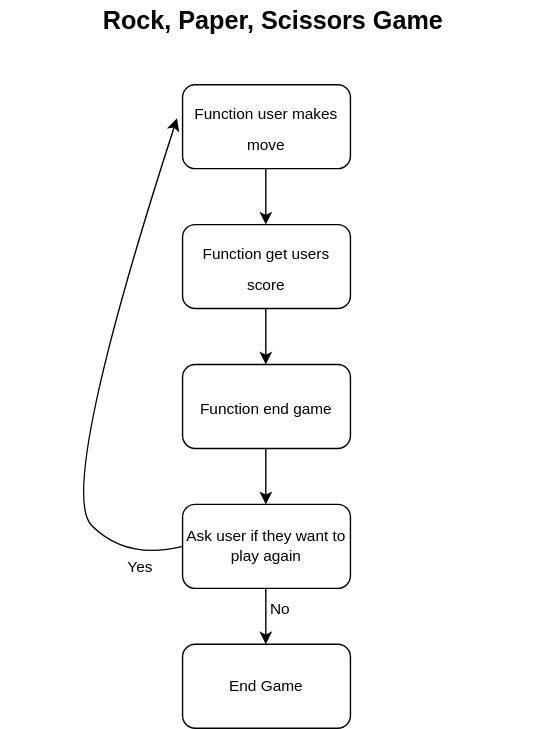
Above: Hackathon 2_Group4.drawio.svg in SchoolOfCode/bc16-w2-hackathon-rps-in-console-workshop_js-101-room4 (draw.io), before the change. Source tidied: cells renumbered, new cells last; positions are measured from the earlier drawing's top-left corner, leaving out a move shared by most shapes. Source of this version:
```xml
<mxGraphModel>
  <root>
    <mxCell id="0" />
    <mxCell id="1" parent="0" />
    <mxCell id="2" value="&lt;font style=&quot;font-size: 18px;&quot;&gt;&lt;b&gt;Rock, Paper, Scissors Game&lt;/b&gt;&lt;/font&gt;" style="text;html=1;strokeColor=none;fillColor=none;align=center;verticalAlign=middle;whiteSpace=wrap;rounded=0;" parent="1" vertex="1">
      <mxGeometry width="390" height="30" as="geometry" />
    </mxCell>
    <mxCell id="3" value="&lt;span style=&quot;font-size: 11px;&quot;&gt;Function user makes move&lt;/span&gt;" style="rounded=1;whiteSpace=wrap;html=1;fontSize=18;" parent="1" vertex="1">
      <mxGeometry x="130" y="60" width="120" height="60" as="geometry" />
    </mxCell>
    <mxCell id="4" value="&lt;span style=&quot;font-size: 11px;&quot;&gt;Function get users score&lt;/span&gt;" style="rounded=1;whiteSpace=wrap;html=1;fontSize=18;" parent="1" vertex="1">
      <mxGeometry x="130" y="160" width="120" height="60" as="geometry" />
    </mxCell>
    <mxCell id="5" value="&lt;span style=&quot;font-size: 11px;&quot;&gt;Function end game&lt;/span&gt;" style="rounded=1;whiteSpace=wrap;html=1;fontSize=18;" parent="1" vertex="1">
      <mxGeometry x="130" y="260" width="120" height="60" as="geometry" />
    </mxCell>
    <mxCell id="6" value="Ask user if they want to play again" style="rounded=1;whiteSpace=wrap;html=1;fontSize=11;" parent="1" vertex="1">
      <mxGeometry x="130" y="360" width="120" height="60" as="geometry" />
    </mxCell>
    <mxCell id="7" style="endArrow=classic;html=1;fontSize=11;" parent="1" edge="1">
      <mxGeometry relative="1" as="geometry">
        <mxPoint x="189.5" y="120" as="sourcePoint" />
        <mxPoint x="189.5" y="160" as="targetPoint" />
      </mxGeometry>
    </mxCell>
    <mxCell id="8" style="endArrow=classic;html=1;fontSize=11;" parent="1" edge="1">
      <mxGeometry relative="1" as="geometry">
        <mxPoint x="189.5" y="220" as="sourcePoint" />
        <mxPoint x="189.5" y="260" as="targetPoint" />
      </mxGeometry>
    </mxCell>
    <mxCell id="9" style="endArrow=classic;html=1;fontSize=11;" parent="1" edge="1">
      <mxGeometry relative="1" as="geometry">
        <mxPoint x="189.5" y="320" as="sourcePoint" />
        <mxPoint x="189.5" y="360" as="targetPoint" />
      </mxGeometry>
    </mxCell>
    <mxCell id="10" style="curved=1;endArrow=classic;html=1;fontSize=11;exitX=0;exitY=0.5;exitDx=0;exitDy=0;entryX=-0.033;entryY=0.4;entryDx=0;entryDy=0;entryPerimeter=0;" parent="1" edge="1" source="6" target="3">
      <mxGeometry relative="1" as="geometry">
        <Array as="points">
          <mxPoint x="90" y="400" />
          <mxPoint x="40" y="350" />
        </Array>
      </mxGeometry>
    </mxCell>
    <mxCell id="11" value="Yes" style="text;html=1;strokeColor=none;fillColor=none;align=center;verticalAlign=middle;whiteSpace=wrap;rounded=0;fontSize=11;" parent="1" vertex="1">
      <mxGeometry x="70" y="390" width="60" height="30" as="geometry" />
    </mxCell>
    <mxCell id="12" value="End Game" style="rounded=1;whiteSpace=wrap;html=1;fontSize=11;" parent="1" vertex="1">
      <mxGeometry x="130" y="460" width="120" height="60" as="geometry" />
    </mxCell>
    <mxCell id="13" style="endArrow=classic;html=1;fontSize=11;" parent="1" edge="1">
      <mxGeometry relative="1" as="geometry">
        <mxPoint x="189.5" y="420" as="sourcePoint" />
        <mxPoint x="189.5" y="460" as="targetPoint" />
      </mxGeometry>
    </mxCell>
    <mxCell id="14" value="No" style="text;html=1;strokeColor=none;fillColor=none;align=center;verticalAlign=middle;whiteSpace=wrap;rounded=0;fontSize=11;" parent="1" vertex="1">
      <mxGeometry x="170" y="420" width="60" height="30" as="geometry" />
    </mxCell>
  </root>
</mxGraphModel>
```
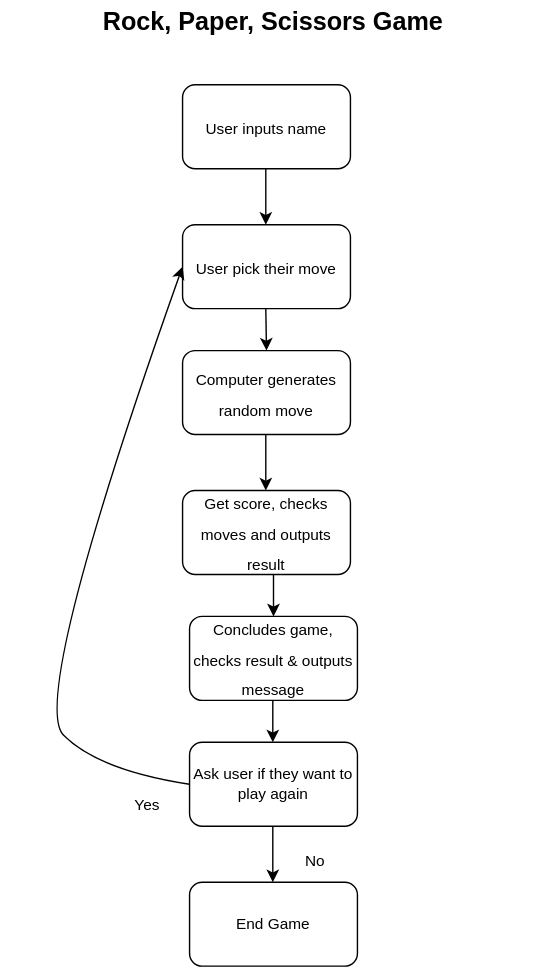
The same file after the commit.

Commit message:
Edited flow chat

Diff of the diagram source:
```diff
@@ -5,17 +5,22 @@
     <mxCell id="2" value="&lt;font style=&quot;font-size: 18px;&quot;&gt;&lt;b&gt;Rock, Paper, Scissors Game&lt;/b&gt;&lt;/font&gt;" style="text;html=1;strokeColor=none;fillColor=none;align=center;verticalAlign=middle;whiteSpace=wrap;rounded=0;" parent="1" vertex="1">
       <mxGeometry width="390" height="30" as="geometry" />
     </mxCell>
-    <mxCell id="3" value="&lt;span style=&quot;font-size: 11px;&quot;&gt;Function user makes move&lt;/span&gt;" style="rounded=1;whiteSpace=wrap;html=1;fontSize=18;" parent="1" vertex="1">
+    <mxCell id="3" value="&lt;span style=&quot;font-size: 11px;&quot;&gt;User inputs name&lt;/span&gt;" style="rounded=1;whiteSpace=wrap;html=1;fontSize=18;" parent="1" vertex="1">
       <mxGeometry x="130" y="60" width="120" height="60" as="geometry" />
     </mxCell>
-    <mxCell id="4" value="&lt;span style=&quot;font-size: 11px;&quot;&gt;Function get users score&lt;/span&gt;" style="rounded=1;whiteSpace=wrap;html=1;fontSize=18;" parent="1" vertex="1">
-      <mxGeometry x="130" y="160" width="120" height="60" as="geometry" />
+    <mxCell id="4" value="&lt;span style=&quot;font-size: 11px;&quot;&gt;Computer generates random move&lt;/span&gt;" style="rounded=1;whiteSpace=wrap;html=1;fontSize=18;" parent="1" vertex="1">
+      <mxGeometry x="130" y="250" width="120" height="60" as="geometry" />
     </mxCell>
+    <mxCell id="15" style="edgeStyle=none;html=1;" parent="1" edge="1" target="17">
+      <mxGeometry relative="1" as="geometry">
+        <mxPoint x="195" y="410" as="sourcePoint" />
+      </mxGeometry>
+    </mxCell>
-    <mxCell id="5" value="&lt;span style=&quot;font-size: 11px;&quot;&gt;Function end game&lt;/span&gt;" style="rounded=1;whiteSpace=wrap;html=1;fontSize=18;" parent="1" vertex="1">
-      <mxGeometry x="130" y="260" width="120" height="60" as="geometry" />
+    <mxCell id="5" value="&lt;span style=&quot;font-size: 11px;&quot;&gt;Get score, checks moves and outputs result&lt;/span&gt;" style="rounded=1;whiteSpace=wrap;html=1;fontSize=18;" parent="1" vertex="1">
+      <mxGeometry x="130" y="350" width="120" height="60" as="geometry" />
     </mxCell>
     <mxCell id="6" value="Ask user if they want to play again" style="rounded=1;whiteSpace=wrap;html=1;fontSize=11;" parent="1" vertex="1">
-      <mxGeometry x="130" y="360" width="120" height="60" as="geometry" />
+      <mxGeometry x="135" y="530" width="120" height="60" as="geometry" />
     </mxCell>
     <mxCell id="7" style="endArrow=classic;html=1;fontSize=11;" parent="1" edge="1">
       <mxGeometry relative="1" as="geometry">
@@ -23,40 +28,52 @@
         <mxPoint x="189.5" y="160" as="targetPoint" />
       </mxGeometry>
     </mxCell>
-    <mxCell id="8" style="endArrow=classic;html=1;fontSize=11;" parent="1" edge="1">
-      <mxGeometry relative="1" as="geometry">
-        <mxPoint x="189.5" y="220" as="sourcePoint" />
-        <mxPoint x="189.5" y="260" as="targetPoint" />
-      </mxGeometry>
-    </mxCell>
     <mxCell id="9" style="endArrow=classic;html=1;fontSize=11;" parent="1" edge="1">
       <mxGeometry relative="1" as="geometry">
-        <mxPoint x="189.5" y="320" as="sourcePoint" />
-        <mxPoint x="189.5" y="360" as="targetPoint" />
+        <mxPoint x="194.5" y="490" as="sourcePoint" />
+        <mxPoint x="194.5" y="530" as="targetPoint" />
       </mxGeometry>
     </mxCell>
-    <mxCell id="10" style="curved=1;endArrow=classic;html=1;fontSize=11;exitX=0;exitY=0.5;exitDx=0;exitDy=0;entryX=-0.033;entryY=0.4;entryDx=0;entryDy=0;entryPerimeter=0;" parent="1" edge="1" source="6" target="3">
-      <mxGeometry relative="1" as="geometry">
-        <Array as="points">
-          <mxPoint x="90" y="400" />
-          <mxPoint x="40" y="350" />
-        </Array>
-      </mxGeometry>
-    </mxCell>
     <mxCell id="11" value="Yes" style="text;html=1;strokeColor=none;fillColor=none;align=center;verticalAlign=middle;whiteSpace=wrap;rounded=0;fontSize=11;" parent="1" vertex="1">
-      <mxGeometry x="70" y="390" width="60" height="30" as="geometry" />
+      <mxGeometry x="75" y="560" width="60" height="30" as="geometry" />
     </mxCell>
     <mxCell id="12" value="End Game" style="rounded=1;whiteSpace=wrap;html=1;fontSize=11;" parent="1" vertex="1">
-      <mxGeometry x="130" y="460" width="120" height="60" as="geometry" />
+      <mxGeometry x="135" y="630" width="120" height="60" as="geometry" />
     </mxCell>
-    <mxCell id="13" style="endArrow=classic;html=1;fontSize=11;" parent="1" edge="1">
-      <mxGeometry relative="1" as="geometry">
-        <mxPoint x="189.5" y="420" as="sourcePoint" />
-        <mxPoint x="189.5" y="460" as="targetPoint" />
-      </mxGeometry>
-    </mxCell>
     <mxCell id="14" value="No" style="text;html=1;strokeColor=none;fillColor=none;align=center;verticalAlign=middle;whiteSpace=wrap;rounded=0;fontSize=11;" parent="1" vertex="1">
-      <mxGeometry x="170" y="420" width="60" height="30" as="geometry" />
+      <mxGeometry x="195" y="600" width="60" height="30" as="geometry" />
     </mxCell>
+    <mxCell id="16" value="&lt;span style=&quot;font-size: 11px;&quot;&gt;User pick their move&lt;/span&gt;" style="rounded=1;whiteSpace=wrap;html=1;fontSize=18;" parent="1" vertex="1">
+      <mxGeometry x="130" y="160" width="120" height="60" as="geometry" />
+    </mxCell>
+    <mxCell id="17" value="&lt;span style=&quot;font-size: 11px;&quot;&gt;Concludes game, checks result &amp;amp; outputs message&lt;/span&gt;" style="rounded=1;whiteSpace=wrap;html=1;fontSize=18;" parent="1" vertex="1">
+      <mxGeometry x="135" y="440" width="120" height="60" as="geometry" />
+    </mxCell>
+    <mxCell id="18" style="curved=1;endArrow=classic;html=1;exitX=0;exitY=0.5;exitDx=0;exitDy=0;entryX=0;entryY=0.5;entryDx=0;entryDy=0;" parent="1" edge="1" source="6" target="16">
+      <mxGeometry relative="1" as="geometry">
+        <Array as="points">
+          <mxPoint x="70" y="550" />
+          <mxPoint x="20" y="500" />
+        </Array>
+      </mxGeometry>
+    </mxCell>
+    <mxCell id="19" style="endArrow=classic;html=1;fontSize=11;" parent="1" edge="1">
+      <mxGeometry relative="1" as="geometry">
+        <mxPoint x="194.5" y="590" as="sourcePoint" />
+        <mxPoint x="194.5" y="630" as="targetPoint" />
+      </mxGeometry>
+    </mxCell>
+    <mxCell id="20" style="endArrow=classic;html=1;" parent="1" edge="1">
+      <mxGeometry relative="1" as="geometry">
+        <mxPoint x="189.5" y="310" as="sourcePoint" />
+        <mxPoint x="189.5" y="350" as="targetPoint" />
+      </mxGeometry>
+    </mxCell>
+    <mxCell id="21" style="endArrow=classic;html=1;fontSize=11;" parent="1" edge="1">
+      <mxGeometry relative="1" as="geometry">
+        <mxPoint x="189.5" y="220" as="sourcePoint" />
+        <mxPoint x="190" y="250" as="targetPoint" />
+      </mxGeometry>
+    </mxCell>
   </root>
 </mxGraphModel>
```
